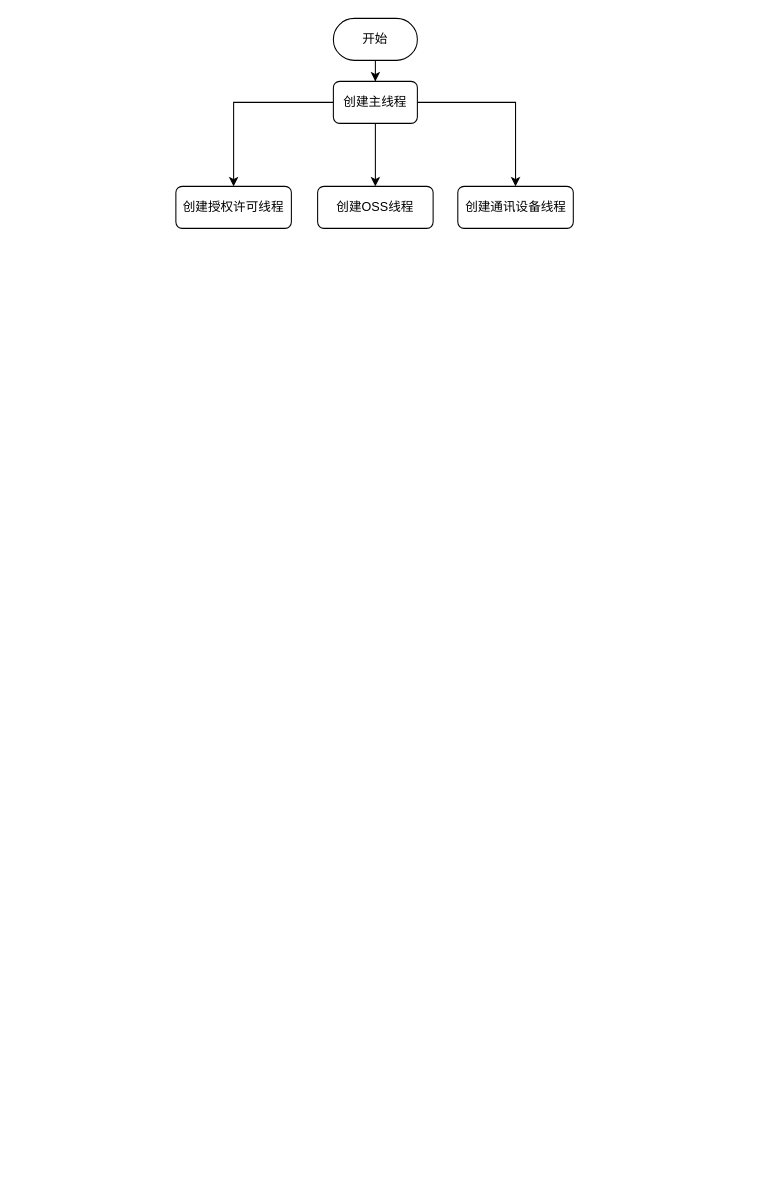
The draw.io diagram page "整体流程图" (2 of 2) of 未命名绘图.drawio in SummerFalls/DrawIO, before the edit. Source tidied: cells renumbered, new cells numbered last; positions are measured from the earlier drawing's top-left corner, leaving out a move shared by most shapes. Both pictures are drawn from the tidied source at 105%, with x=0, y=0 at pixel (175, 18).
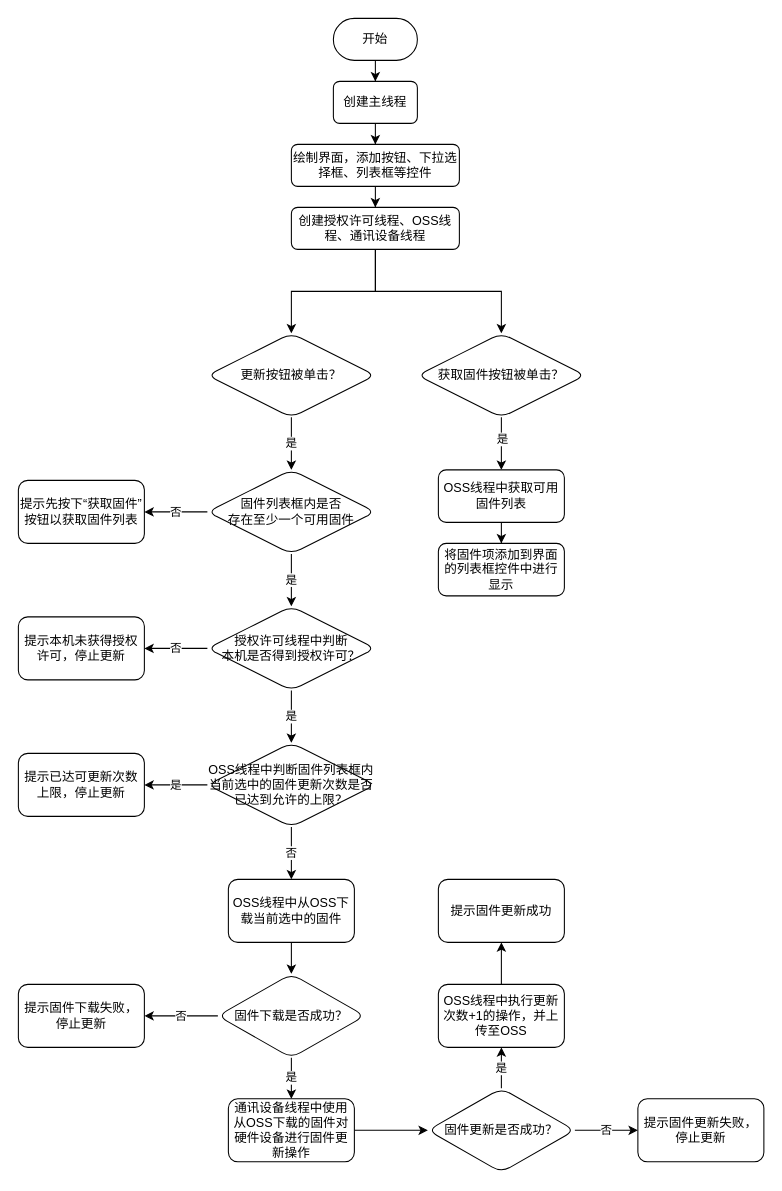
The same diagram, later.

Commit message:
更新未命名绘图.drawio

The change refers to these unchanged cells:
```xml
<mxCell id="7" value="创建主线程" style="rounded=1;whiteSpace=wrap;html=1;" parent="1" vertex="1">
  <mxGeometry x="150" y="60" width="80" height="40" as="geometry" />
</mxCell>
```

Change to the diagram source:
```diff
@@
-    <mxCell id="5" style="edgeStyle=orthogonalEdgeStyle;rounded=0;jettySize=auto;html=1;" parent="1" edge="1" source="7" target="9">
-      <mxGeometry relative="1" as="geometry" />
-    </mxCell>
-    <mxCell id="6" style="edgeStyle=orthogonalEdgeStyle;rounded=0;jettySize=auto;html=1;" parent="1" edge="1" source="7" target="10">
-      <mxGeometry relative="1" as="geometry" />
-    </mxCell>
@@
+    <mxCell id="11" style="edgeStyle=orthogonalEdgeStyle;rounded=0;jettySize=auto;html=1;" parent="1" edge="1" source="8" target="14">
+      <mxGeometry relative="1" as="geometry" />
+    </mxCell>
-    <mxCell id="8" value="创建授权许可线程" style="rounded=1;whiteSpace=wrap;html=1;" parent="1" vertex="1">
-      <mxGeometry y="160" width="110" height="40" as="geometry" />
+    <mxCell id="8" value="绘制界面，添加按钮、下拉选择框、列表框等控件" style="rounded=1;whiteSpace=wrap;html=1;" parent="1" vertex="1">
+      <mxGeometry x="110" y="120" width="160" height="40" as="geometry" />
     </mxCell>
-    <mxCell id="9" value="创建OSS线程" style="rounded=1;whiteSpace=wrap;html=1;" parent="1" vertex="1">
-      <mxGeometry x="135" y="160" width="110" height="40" as="geometry" />
-    </mxCell>
-    <mxCell id="10" value="创建通讯设备线程" style="rounded=1;whiteSpace=wrap;html=1;" parent="1" vertex="1">
-      <mxGeometry x="268.5" y="160" width="110" height="40" as="geometry" />
-    </mxCell>
+    <mxCell id="12" style="edgeStyle=orthogonalEdgeStyle;rounded=0;jettySize=auto;html=1;" parent="1" edge="1" source="14" target="17">
+      <mxGeometry relative="1" as="geometry" />
+    </mxCell>
+    <mxCell id="13" style="edgeStyle=orthogonalEdgeStyle;rounded=0;jettySize=auto;html=1;" parent="1" edge="1" source="14" target="21">
+      <mxGeometry relative="1" as="geometry" />
+    </mxCell>
+    <mxCell id="14" value="创建授权许可线程、OSS线程、通讯设备线程" style="rounded=1;whiteSpace=wrap;html=1;" parent="1" vertex="1">
+      <mxGeometry x="110" y="180" width="160" height="40" as="geometry" />
+    </mxCell>
+    <mxCell id="15" style="edgeStyle=orthogonalEdgeStyle;rounded=0;jettySize=auto;html=1;" parent="1" edge="1" source="17" target="19">
+      <mxGeometry relative="1" as="geometry" />
+    </mxCell>
+    <mxCell id="16" value="是" style="edgeLabel;html=1;align=center;verticalAlign=middle;" parent="15" vertex="1">
+      <mxGeometry x="-0.22" relative="1" as="geometry" />
+    </mxCell>
+    <mxCell id="17" value="获取固件按钮被单击？" style="rhombus;whiteSpace=wrap;html=1;rounded=1;" parent="1" vertex="1">
+      <mxGeometry x="230" y="300" width="160" height="80" as="geometry" />
+    </mxCell>
+    <mxCell id="18" style="edgeStyle=orthogonalEdgeStyle;rounded=0;jettySize=auto;html=1;" parent="1" edge="1" source="19" target="22">
+      <mxGeometry relative="1" as="geometry" />
+    </mxCell>
+    <mxCell id="19" value="OSS线程中获取可用固件列表" style="whiteSpace=wrap;html=1;rounded=1;" parent="1" vertex="1">
+      <mxGeometry x="250" y="430" width="120" height="50" as="geometry" />
+    </mxCell>
+    <mxCell id="20" value="是" style="edgeStyle=orthogonalEdgeStyle;rounded=0;jettySize=auto;html=1;" parent="1" edge="1" source="21" target="26">
+      <mxGeometry relative="1" as="geometry" />
+    </mxCell>
+    <mxCell id="21" value="更新按钮被单击？" style="rhombus;whiteSpace=wrap;html=1;rounded=1;" parent="1" vertex="1">
+      <mxGeometry x="30" y="300" width="160" height="80" as="geometry" />
+    </mxCell>
+    <mxCell id="22" value="将固件项添加到界面的列表框控件中进行显示" style="whiteSpace=wrap;html=1;rounded=1;" parent="1" vertex="1">
+      <mxGeometry x="250" y="500" width="120" height="50" as="geometry" />
+    </mxCell>
+    <mxCell id="23" value="提示先按下“获取固件”按钮以获取固件列表" style="whiteSpace=wrap;html=1;rounded=1;" parent="1" vertex="1">
+      <mxGeometry x="-150" y="440" width="120" height="60" as="geometry" />
+    </mxCell>
+    <mxCell id="24" value="是" style="edgeStyle=orthogonalEdgeStyle;rounded=0;jettySize=auto;html=1;" parent="1" edge="1" source="26" target="29">
+      <mxGeometry relative="1" as="geometry" />
+    </mxCell>
+    <mxCell id="25" value="否" style="edgeStyle=orthogonalEdgeStyle;rounded=0;jettySize=auto;html=1;" parent="1" edge="1" source="26" target="23">
+      <mxGeometry relative="1" as="geometry" />
+    </mxCell>
+    <mxCell id="26" value="固件列表框内是否&lt;br&gt;存在至少一个可用固件" style="rhombus;whiteSpace=wrap;html=1;rounded=1;" parent="1" vertex="1">
+      <mxGeometry x="30" y="430" width="160" height="80" as="geometry" />
+    </mxCell>
+    <mxCell id="27" value="否" style="edgeStyle=orthogonalEdgeStyle;rounded=0;jettySize=auto;html=1;" parent="1" edge="1" source="29" target="30">
+      <mxGeometry relative="1" as="geometry" />
+    </mxCell>
+    <mxCell id="28" value="是" style="edgeStyle=orthogonalEdgeStyle;rounded=0;jettySize=auto;html=1;" parent="1" edge="1" source="29" target="33">
+      <mxGeometry relative="1" as="geometry" />
+    </mxCell>
+    <mxCell id="29" value="授权许可线程中判断&lt;br&gt;本机是否得到授权许可？" style="rhombus;whiteSpace=wrap;html=1;rounded=1;" parent="1" vertex="1">
+      <mxGeometry x="30" y="560" width="160" height="80" as="geometry" />
+    </mxCell>
+    <mxCell id="30" value="提示本机未获得授权许可，停止更新" style="whiteSpace=wrap;html=1;rounded=1;" parent="1" vertex="1">
+      <mxGeometry x="-150" y="570" width="120" height="60" as="geometry" />
+    </mxCell>
+    <mxCell id="31" value="是" style="edgeStyle=orthogonalEdgeStyle;rounded=0;jettySize=auto;html=1;" parent="1" edge="1" source="33" target="34">
+      <mxGeometry relative="1" as="geometry" />
+    </mxCell>
+    <mxCell id="32" value="否" style="edgeStyle=orthogonalEdgeStyle;rounded=0;jettySize=auto;html=1;" parent="1" edge="1" source="33" target="36">
+      <mxGeometry relative="1" as="geometry" />
+    </mxCell>
+    <mxCell id="33" value="OSS线程中判断固件列表框内当前选中的固件更新次数是否已达到允许的上限？" style="rhombus;whiteSpace=wrap;html=1;rounded=1;" parent="1" vertex="1">
+      <mxGeometry x="30" y="690" width="160" height="80" as="geometry" />
+    </mxCell>
+    <mxCell id="34" value="提示已达可更新次数上限，停止更新" style="whiteSpace=wrap;html=1;rounded=1;" parent="1" vertex="1">
+      <mxGeometry x="-150" y="700" width="120" height="60" as="geometry" />
+    </mxCell>
+    <mxCell id="35" style="edgeStyle=orthogonalEdgeStyle;rounded=0;jettySize=auto;html=1;" parent="1" edge="1" source="36" target="39">
+      <mxGeometry relative="1" as="geometry" />
+    </mxCell>
+    <mxCell id="36" value="&lt;span&gt;OSS线程中从OSS下载当前选中的固件&lt;/span&gt;" style="whiteSpace=wrap;html=1;rounded=1;" parent="1" vertex="1">
+      <mxGeometry x="50" y="820" width="120" height="60" as="geometry" />
+    </mxCell>
+    <mxCell id="37" value="否" style="edgeStyle=orthogonalEdgeStyle;rounded=0;jettySize=auto;html=1;" parent="1" edge="1" source="39" target="40">
+      <mxGeometry relative="1" as="geometry" />
+    </mxCell>
+    <mxCell id="38" value="是" style="edgeStyle=orthogonalEdgeStyle;rounded=0;jettySize=auto;html=1;" parent="1" edge="1" source="39" target="42">
+      <mxGeometry relative="1" as="geometry" />
+    </mxCell>
+    <mxCell id="39" value="固件下载是否成功？" style="rhombus;whiteSpace=wrap;html=1;rounded=1;" parent="1" vertex="1">
+      <mxGeometry x="40" y="910" width="140" height="80" as="geometry" />
+    </mxCell>
+    <mxCell id="40" value="提示固件下载失败，停止更新" style="whiteSpace=wrap;html=1;rounded=1;" parent="1" vertex="1">
+      <mxGeometry x="-150" y="920" width="120" height="60" as="geometry" />
+    </mxCell>
+    <mxCell id="41" style="edgeStyle=orthogonalEdgeStyle;rounded=0;jettySize=auto;html=1;" parent="1" edge="1" source="42" target="45">
+      <mxGeometry relative="1" as="geometry" />
+    </mxCell>
+    <mxCell id="42" value="通讯设备线程中使用从OSS下载的固件对硬件设备进行固件更新操作" style="whiteSpace=wrap;html=1;rounded=1;" parent="1" vertex="1">
+      <mxGeometry x="50" y="1029" width="120" height="60" as="geometry" />
+    </mxCell>
+    <mxCell id="43" value="否" style="edgeStyle=orthogonalEdgeStyle;rounded=0;jettySize=auto;html=1;" parent="1" edge="1" source="45" target="46">
+      <mxGeometry relative="1" as="geometry" />
+    </mxCell>
+    <mxCell id="44" value="是" style="edgeStyle=orthogonalEdgeStyle;rounded=0;jettySize=auto;html=1;" parent="1" edge="1" source="45" target="48">
+      <mxGeometry relative="1" as="geometry" />
+    </mxCell>
+    <mxCell id="45" value="固件更新是否成功？" style="rhombus;whiteSpace=wrap;html=1;rounded=1;" parent="1" vertex="1">
+      <mxGeometry x="240" y="1019" width="140" height="80" as="geometry" />
+    </mxCell>
+    <mxCell id="46" value="提示固件更新失败，停止更新" style="whiteSpace=wrap;html=1;rounded=1;" parent="1" vertex="1">
+      <mxGeometry x="440" y="1029" width="120" height="60" as="geometry" />
+    </mxCell>
+    <mxCell id="47" style="edgeStyle=orthogonalEdgeStyle;rounded=0;jettySize=auto;html=1;" parent="1" edge="1" source="48" target="49">
+      <mxGeometry relative="1" as="geometry" />
+    </mxCell>
+    <mxCell id="48" value="OSS线程中执行更新次数+1的操作，并上传至OSS" style="whiteSpace=wrap;html=1;rounded=1;" parent="1" vertex="1">
+      <mxGeometry x="250" y="920" width="120" height="60" as="geometry" />
+    </mxCell>
+    <mxCell id="49" value="提示固件更新成功" style="whiteSpace=wrap;html=1;rounded=1;" parent="1" vertex="1">
+      <mxGeometry x="250" y="820" width="120" height="60" as="geometry" />
+    </mxCell>
```
